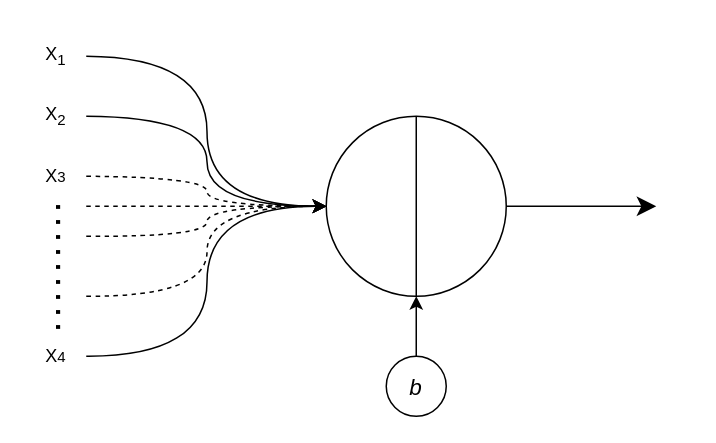
Before: PROJETO FINAL/DOCUMENTOS/AUXILIAR/Untitled Diagram.drawio in guilourenzo/mba-usp, a draw.io diagram. Source tidied: cells renumbered, new cells numbered last; positions are measured from the earlier drawing's top-left corner, leaving out a move shared by most shapes. Both pictures are drawn from the tidied source at 150%, with x=0, y=0 at pixel (-34, 40). Pictures stored in the file or linked from it are replaced by grey dashed boxes.
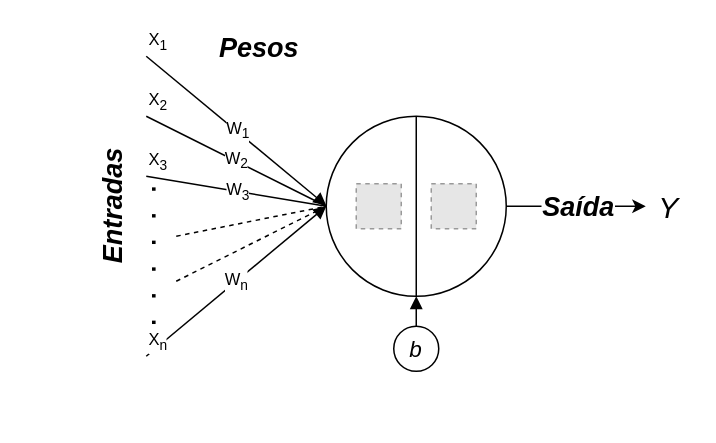
The same page after the edit.

The change refers to these unchanged cells:
```xml
<mxCell id="2" style="ellipse;whiteSpace=wrap;html=1;" parent="1" vertex="1">
  <mxGeometry x="240" y="50" width="120" height="120" as="geometry" />
</mxCell>
```

Change to the diagram source:
```diff
@@
     <mxCell id="4" value="&lt;i&gt;&lt;font style=&quot;font-size: 15px&quot;&gt;b&lt;/font&gt;&lt;/i&gt;" style="ellipse;whiteSpace=wrap;html=1;" parent="1" vertex="1">
-      <mxGeometry x="280" y="210" width="40" height="40" as="geometry" />
+      <mxGeometry x="285" y="190" width="30" height="30" as="geometry" />
     </mxCell>
-    <mxCell id="5" style="endArrow=classic;html=1;exitX=0.5;exitY=0;exitDx=0;exitDy=0;entryX=0.5;entryY=1;entryDx=0;entryDy=0;" parent="1" edge="1" source="4" target="2">
+    <mxCell id="5" style="endArrow=block;html=1;exitX=0.5;exitY=0;exitDx=0;exitDy=0;entryX=0.5;entryY=1;entryDx=0;entryDy=0;endFill=1;" parent="1" edge="1" source="4" target="2">
       <mxGeometry relative="1" as="geometry" />
     </mxCell>
-    <mxCell id="6" style="endArrow=classic;html=1;entryX=0;entryY=0.5;entryDx=0;entryDy=0;edgeStyle=orthogonalEdgeStyle;curved=1;" parent="1" edge="1" target="2">
-      <mxGeometry relative="1" as="geometry">
-        <mxPoint x="80" y="10" as="sourcePoint" />
-      </mxGeometry>
-    </mxCell>
-    <mxCell id="7" style="endArrow=classic;html=1;entryX=0;entryY=0.5;entryDx=0;entryDy=0;edgeStyle=orthogonalEdgeStyle;curved=1;" parent="1" edge="1" target="2">
-      <mxGeometry relative="1" as="geometry">
-        <mxPoint x="80" y="210" as="sourcePoint" />
-      </mxGeometry>
-    </mxCell>
-    <mxCell id="8" style="endArrow=classic;html=1;entryX=0;entryY=0.5;entryDx=0;entryDy=0;edgeStyle=orthogonalEdgeStyle;curved=1;" parent="1" edge="1" target="2">
-      <mxGeometry relative="1" as="geometry">
-        <mxPoint x="80" y="50" as="sourcePoint" />
-      </mxGeometry>
-    </mxCell>
-    <mxCell id="9" style="endArrow=classic;html=1;entryX=0;entryY=0.5;entryDx=0;entryDy=0;edgeStyle=orthogonalEdgeStyle;curved=1;dashed=1;" parent="1" edge="1" target="2">
-      <mxGeometry relative="1" as="geometry">
-        <mxPoint x="80" y="170" as="sourcePoint" />
-      </mxGeometry>
-    </mxCell>
-    <mxCell id="10" style="endArrow=classic;html=1;entryX=0;entryY=0.5;entryDx=0;entryDy=0;edgeStyle=orthogonalEdgeStyle;curved=1;dashed=1;" parent="1" edge="1" target="2">
-      <mxGeometry relative="1" as="geometry">
-        <mxPoint x="80" y="130" as="sourcePoint" />
-      </mxGeometry>
-    </mxCell>
-    <mxCell id="11" style="endArrow=classic;html=1;entryX=0;entryY=0.5;entryDx=0;entryDy=0;edgeStyle=orthogonalEdgeStyle;curved=1;dashed=1;" parent="1" edge="1" target="2">
-      <mxGeometry relative="1" as="geometry">
-        <mxPoint x="80" y="90" as="sourcePoint" />
-      </mxGeometry>
-    </mxCell>
-    <mxCell id="12" style="endArrow=classic;html=1;entryX=0;entryY=0.5;entryDx=0;entryDy=0;dashed=1;" parent="1" edge="1" target="2">
-      <mxGeometry relative="1" as="geometry">
-        <mxPoint x="80" y="110" as="sourcePoint" />
-      </mxGeometry>
-    </mxCell>
-    <mxCell id="13" value="&lt;font size=&quot;1&quot;&gt;&lt;b style=&quot;font-size: 18px&quot;&gt;. . . . . . . . .&lt;/b&gt;&lt;/font&gt;" style="text;html=1;strokeColor=none;fillColor=none;align=center;verticalAlign=bottom;whiteSpace=wrap;rounded=0;labelPosition=center;verticalLabelPosition=middle;horizontal=1;rotation=90;" parent="1" vertex="1">
-      <mxGeometry y="143" width="120" height="15" as="geometry" />
-    </mxCell>
+    <mxCell id="19" style="endArrow=block;html=1;endFill=1;" parent="1" edge="1">
+      <mxGeometry relative="1" as="geometry">
+        <mxPoint x="120" y="10" as="sourcePoint" />
+        <mxPoint x="240" y="109.5" as="targetPoint" />
+      </mxGeometry>
+    </mxCell>
+    <mxCell id="20" value="W&lt;sub&gt;1&lt;/sub&gt;" style="edgeLabel;html=1;align=center;verticalAlign=middle;" parent="19" vertex="1">
+      <mxGeometry relative="1" as="geometry" />
+    </mxCell>
-    <mxCell id="14" value="X&lt;sub&gt;1&lt;/sub&gt;" style="text;html=1;strokeColor=none;fillColor=none;align=center;verticalAlign=middle;whiteSpace=wrap;rounded=0;" parent="1" vertex="1">
-      <mxGeometry x="40" width="40" height="20" as="geometry" />
+    <mxCell id="14" value="X&lt;sub&gt;1&lt;/sub&gt;" style="edgeLabel;html=1;align=left;verticalAlign=bottom;" parent="19" vertex="1">
+      <mxGeometry x="-1" relative="1" as="geometry" />
     </mxCell>
+    <mxCell id="21" style="endArrow=none;html=1;endFill=0;" parent="1" edge="1">
+      <mxGeometry relative="1" as="geometry">
+        <mxPoint x="120" y="50" as="sourcePoint" />
+        <mxPoint x="240" y="110" as="targetPoint" />
+      </mxGeometry>
+    </mxCell>
+    <mxCell id="22" value="W&lt;sub&gt;2&lt;/sub&gt;" style="edgeLabel;html=1;align=center;verticalAlign=middle;" parent="21" vertex="1">
+      <mxGeometry relative="1" as="geometry" />
+    </mxCell>
-    <mxCell id="15" value="X&lt;sub&gt;2&lt;/sub&gt;" style="text;html=1;strokeColor=none;fillColor=none;align=center;verticalAlign=middle;whiteSpace=wrap;rounded=0;" parent="1" vertex="1">
-      <mxGeometry x="40" y="40" width="40" height="20" as="geometry" />
+    <mxCell id="15" value="X&lt;sub&gt;2&lt;/sub&gt;" style="edgeLabel;html=1;align=left;verticalAlign=bottom;" parent="21" vertex="1">
+      <mxGeometry x="-1" relative="1" as="geometry" />
     </mxCell>
+    <mxCell id="23" style="endArrow=none;html=1;entryX=0;entryY=0.5;entryDx=0;entryDy=0;endFill=0;" parent="1" edge="1" target="2">
+      <mxGeometry relative="1" as="geometry">
+        <mxPoint x="120" y="90" as="sourcePoint" />
+      </mxGeometry>
+    </mxCell>
+    <mxCell id="24" value="W&lt;sub&gt;3&lt;/sub&gt;" style="edgeLabel;html=1;align=center;verticalAlign=middle;" parent="23" vertex="1">
+      <mxGeometry relative="1" as="geometry" />
+    </mxCell>
-    <mxCell id="16" value="X&lt;span style=&quot;font-size: 10px&quot;&gt;3&lt;/span&gt;" style="text;html=1;strokeColor=none;fillColor=none;align=center;verticalAlign=middle;whiteSpace=wrap;rounded=0;" parent="1" vertex="1">
-      <mxGeometry x="40" y="80" width="40" height="20" as="geometry" />
+    <mxCell id="16" value="X&lt;sub&gt;3&lt;/sub&gt;" style="edgeLabel;html=1;align=left;verticalAlign=bottom;" parent="23" vertex="1">
+      <mxGeometry x="-1" relative="1" as="geometry" />
     </mxCell>
-    <mxCell id="17" value="X&lt;span style=&quot;font-size: 10px&quot;&gt;4&lt;/span&gt;" style="text;html=1;strokeColor=none;fillColor=none;align=center;verticalAlign=middle;whiteSpace=wrap;rounded=0;" parent="1" vertex="1">
-      <mxGeometry x="40" y="200" width="40" height="20" as="geometry" />
-    </mxCell>
-    <mxCell id="18" style="endArrow=classic;html=1;exitX=1;exitY=0.5;exitDx=0;exitDy=0;endSize=10;" parent="1" edge="1" source="2">
-      <mxGeometry relative="1" as="geometry">
-        <mxPoint x="460" y="110" as="targetPoint" />
-      </mxGeometry>
-    </mxCell>
+    <mxCell id="25" style="endArrow=block;html=1;entryX=0;entryY=0.5;entryDx=0;entryDy=0;endFill=1;" parent="1" edge="1" target="2">
+      <mxGeometry relative="1" as="geometry">
+        <mxPoint x="120" y="210" as="sourcePoint" />
+      </mxGeometry>
+    </mxCell>
+    <mxCell id="26" value="W&lt;sub&gt;n&lt;/sub&gt;" style="edgeLabel;html=1;align=center;verticalAlign=middle;" parent="25" vertex="1">
+      <mxGeometry relative="1" as="geometry" />
+    </mxCell>
+    <mxCell id="27" value="X&lt;sub&gt;n&lt;/sub&gt;" style="edgeLabel;html=1;align=left;verticalAlign=bottom;" parent="25" vertex="1">
+      <mxGeometry x="-1" relative="1" as="geometry" />
+    </mxCell>
+    <mxCell id="28" value="&lt;span style=&quot;font-size: 16px&quot;&gt;&lt;b&gt;.&amp;nbsp; &amp;nbsp;.&amp;nbsp; &amp;nbsp;.&amp;nbsp; &amp;nbsp;.&amp;nbsp; &amp;nbsp;.&amp;nbsp; &amp;nbsp;.&lt;/b&gt;&lt;/span&gt;" style="text;html=1;align=center;verticalAlign=bottom;rotation=90;" parent="1" vertex="1">
+      <mxGeometry x="73" y="133" width="110" height="20" as="geometry" />
+    </mxCell>
+    <mxCell id="29" style="endArrow=none;dashed=1;html=1;entryX=0;entryY=0.5;entryDx=0;entryDy=0;" parent="1" edge="1" target="2">
+      <mxGeometry relative="1" as="geometry">
+        <mxPoint x="140" y="130" as="sourcePoint" />
+      </mxGeometry>
+    </mxCell>
+    <mxCell id="30" style="endArrow=none;dashed=1;html=1;entryX=0;entryY=0.5;entryDx=0;entryDy=0;" parent="1" edge="1" target="2">
+      <mxGeometry relative="1" as="geometry">
+        <mxPoint x="140" y="160" as="sourcePoint" />
+      </mxGeometry>
+    </mxCell>
+    <mxCell id="31" value="&lt;span style=&quot;font-size: 20px;&quot;&gt;Y&lt;/span&gt;" style="text;html=1;align=center;verticalAlign=middle;points=[];fontSize=20;fontStyle=2;" parent="1" vertex="1">
+      <mxGeometry x="453" y="95" width="30" height="30" as="geometry" />
+    </mxCell>
+    <mxCell id="32" style="endArrow=classic;html=1;fontSize=17;exitX=1;exitY=0.5;exitDx=0;exitDy=0;" parent="1" edge="1" source="2" target="31">
+      <mxGeometry relative="1" as="geometry" />
+    </mxCell>
+    <mxCell id="33" value="&lt;i style=&quot;font-size: 18px;&quot;&gt;&lt;b style=&quot;font-size: 18px;&quot;&gt;&lt;font style=&quot;font-size: 18px;&quot;&gt;Saída&lt;/font&gt;&lt;/b&gt;&lt;/i&gt;" style="edgeLabel;html=1;align=center;verticalAlign=middle;fontSize=18;" parent="32" vertex="1">
+      <mxGeometry relative="1" as="geometry" />
+    </mxCell>
+    <mxCell id="34" value="Entradas" style="text;html=1;strokeColor=none;fillColor=none;align=center;verticalAlign=middle;whiteSpace=wrap;rounded=0;fontSize=18;rotation=270;fontStyle=3;" parent="1" vertex="1">
+      <mxGeometry x="78" y="100" width="40" height="20" as="geometry" />
+    </mxCell>
+    <mxCell id="35" value="&lt;i style=&quot;font-size: 18px;&quot;&gt;&lt;b style=&quot;font-size: 18px;&quot;&gt;&lt;font style=&quot;font-size: 18px;&quot;&gt;Pesos&lt;/font&gt;&lt;/b&gt;&lt;/i&gt;" style="text;html=1;align=center;verticalAlign=middle;fontSize=18;" parent="1" vertex="1">
+      <mxGeometry x="160" y="-10" width="70" height="30" as="geometry" />
+    </mxCell>
+    <mxCell id="36" style="fillColor=#E6E6E6;strokeColor=#999999;dashed=1;verticalLabelPosition=bottom;verticalAlign=top;fontSize=15;" parent="1" vertex="1">
+      <mxGeometry x="260" y="95" width="30" height="30" as="geometry" />
+    </mxCell>
+    <mxCell id="37" style="fillColor=#E6E6E6;strokeColor=#999999;dashed=1;verticalLabelPosition=bottom;verticalAlign=top;fontSize=15;" parent="1" vertex="1">
+      <mxGeometry x="310" y="95" width="30" height="30" as="geometry" />
+    </mxCell>
```
